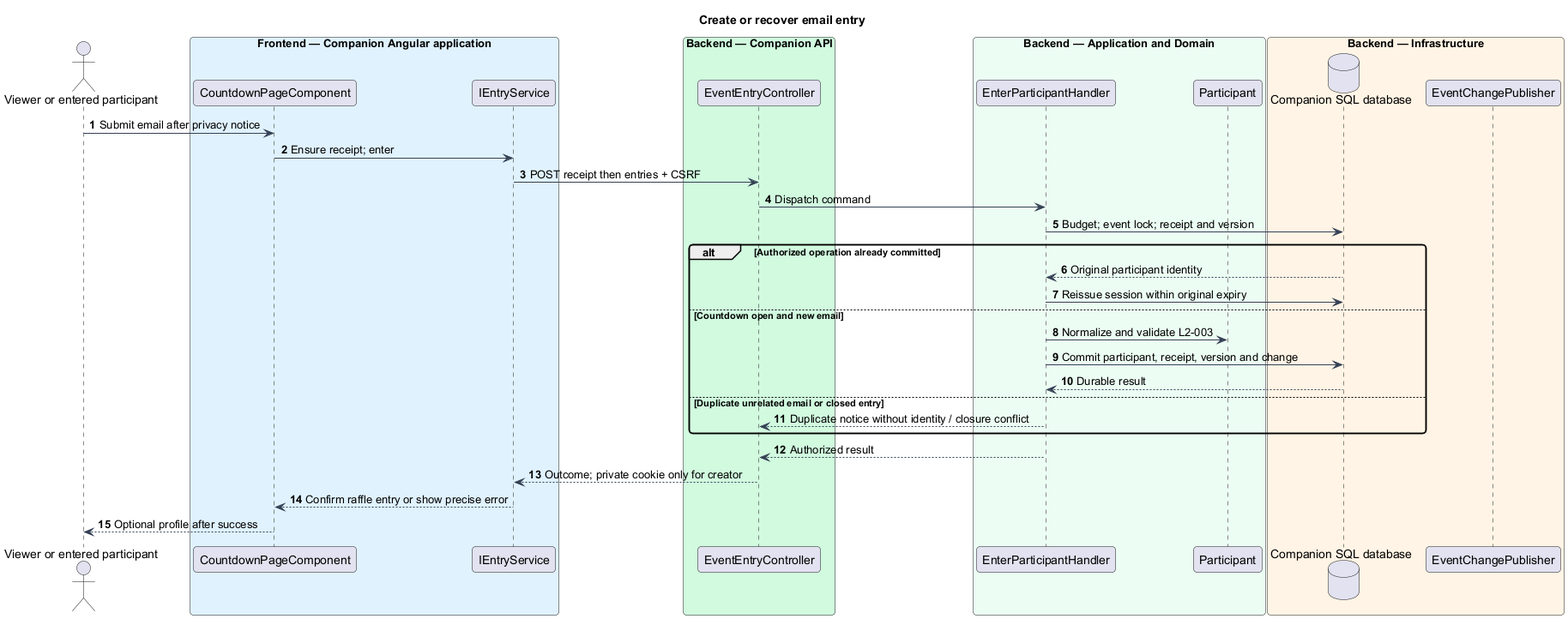
Above: docs/detailed-designs/participants/enter-by-email/diagrams/sequence-enter.png in QuinntyneBrown/faithtech-toronto-ai-build-event (PlantUML), before the change.
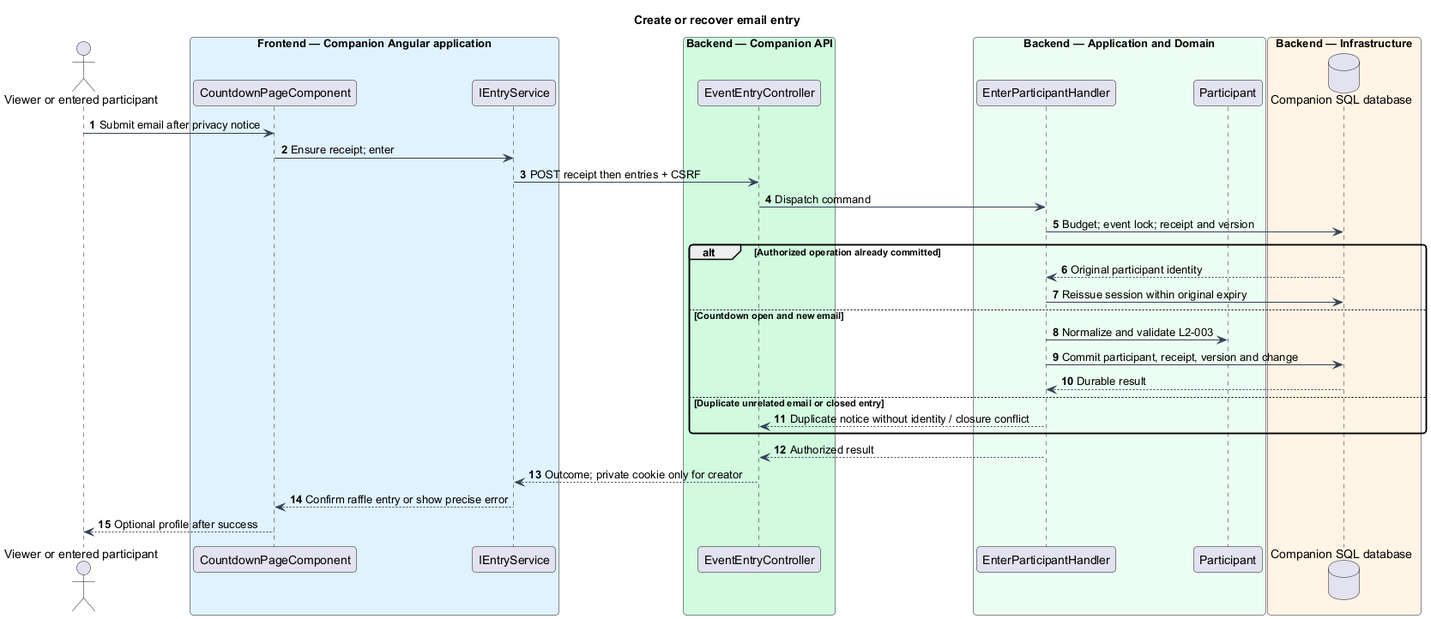
The same file after the commit.

The edit, as a diff of the source:
```diff
@@ -20,7 +20,6 @@
 end box
 box "Backend — Infrastructure" #FFF4E5
 database "Companion SQL database" as db
-participant "EventChangePublisher" as push
 end box
 actor -> page : Submit email after privacy notice
 page -> client : Ensure receipt; enter
```
